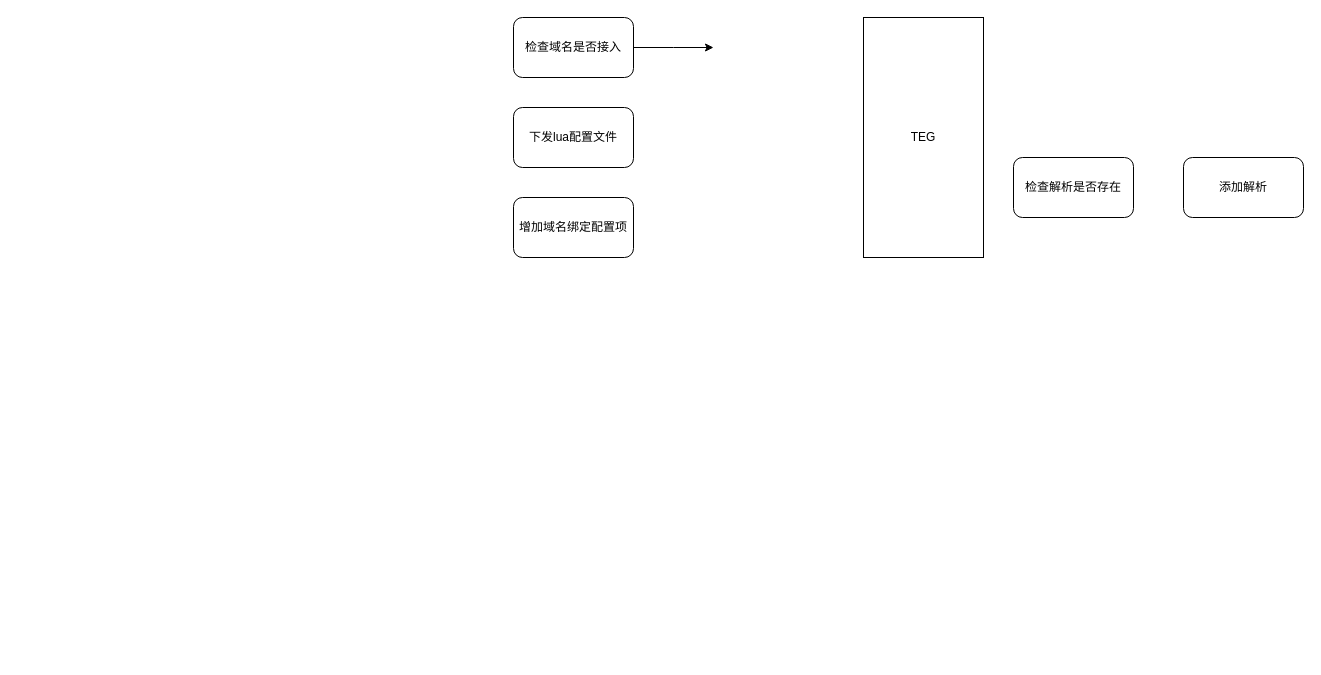
The draw.io diagram page "Page-9" (9 of 9) of tcb.drawio in wwCrazy/resume, before the edit. Source tidied: cells renumbered, new cells numbered last; positions are measured from the earlier drawing's top-left corner, leaving out a move shared by most shapes. Both pictures are drawn from the tidied source at 100%, with x=0, y=0 at pixel (513, 17). Pictures stored in the file or linked from it are replaced by grey dashed boxes.
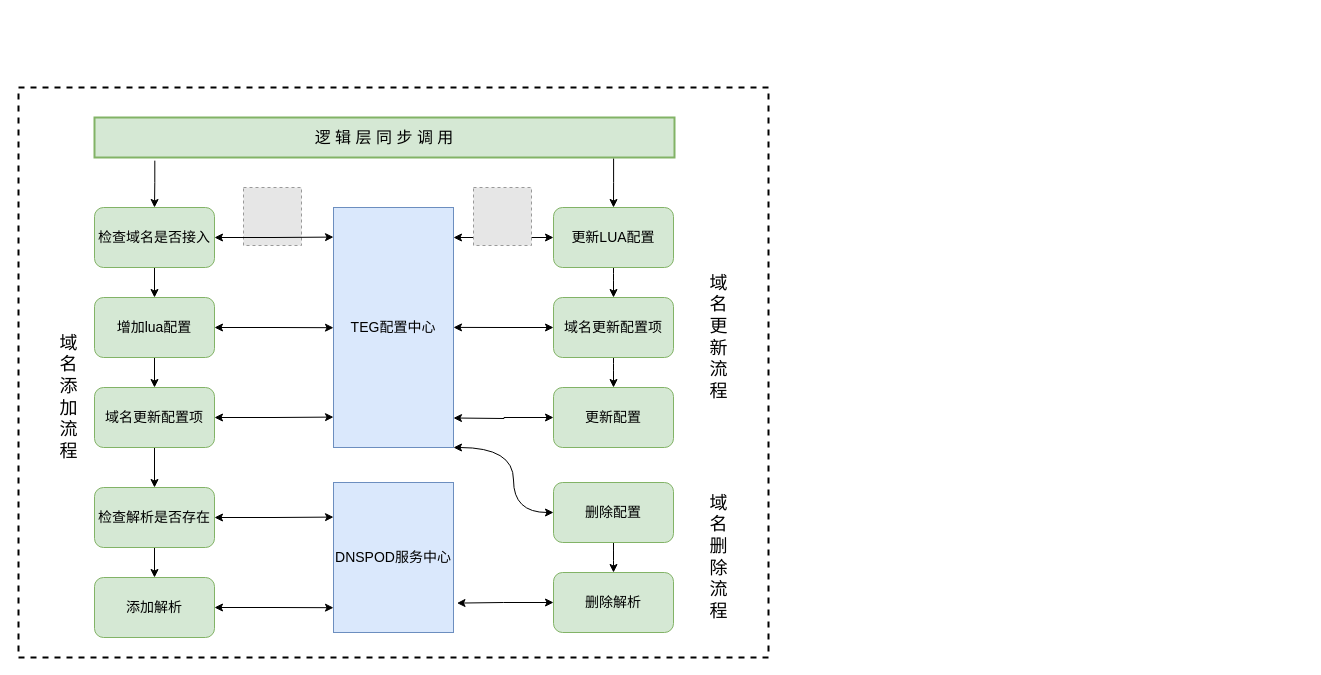
The same diagram, later.

Diff of the diagram source:
```diff
@@
+    <mxCell id="9" style="rounded=0;whiteSpace=wrap;html=1;dashed=1;strokeWidth=2;fontSize=16;" parent="1" vertex="1">
+      <mxGeometry x="-495" y="70" width="750" height="570" as="geometry" />
+    </mxCell>
+    <mxCell id="10" style="fillColor=#E6E6E6;strokeColor=#999999;dashed=1;html=1;verticalAlign=top;verticalLabelPosition=bottom;labelBackgroundColor=#ffffff;" parent="1" vertex="1">
+      <mxGeometry x="-270" y="170" width="58" height="58" as="geometry" />
+    </mxCell>
+    <mxCell id="11" style="edgeStyle=orthogonalEdgeStyle;rounded=0;jettySize=auto;html=1;exitX=0.5;exitY=1;exitDx=0;exitDy=0;entryX=0.5;entryY=0;entryDx=0;entryDy=0;" parent="1" edge="1" source="2" target="7">
+      <mxGeometry relative="1" as="geometry" />
+    </mxCell>
+    <mxCell id="12" style="edgeStyle=orthogonalEdgeStyle;rounded=0;jettySize=auto;html=1;exitX=1;exitY=0.5;exitDx=0;exitDy=0;startArrow=classic;startFill=1;fontSize=16;" parent="1" edge="1" source="2">
+      <mxGeometry relative="1" as="geometry">
+        <mxPoint x="-180" y="499.6" as="targetPoint" />
+      </mxGeometry>
+    </mxCell>
-    <mxCell id="2" value="检查解析是否存在" style="rounded=1;whiteSpace=wrap;html=1;" parent="1" vertex="1">
-      <mxGeometry x="500" y="140" width="120" height="60" as="geometry" />
+    <mxCell id="2" value="检查解析是否存在" style="rounded=1;whiteSpace=wrap;html=1;fillColor=#d5e8d4;strokeColor=#82b366;fontSize=14;" parent="1" vertex="1">
+      <mxGeometry x="-419" y="470" width="120" height="60" as="geometry" />
     </mxCell>
-    <mxCell id="3" value="增加域名绑定配置项" style="rounded=1;whiteSpace=wrap;html=1;" parent="1" vertex="1">
-      <mxGeometry y="180" width="120" height="60" as="geometry" />
-    </mxCell>
-    <mxCell id="4" value="下发lua配置文件" style="rounded=1;whiteSpace=wrap;html=1;" parent="1" vertex="1">
-      <mxGeometry y="90" width="120" height="60" as="geometry" />
-    </mxCell>
-    <mxCell id="5" style="edgeStyle=orthogonalEdgeStyle;rounded=0;jettySize=auto;html=1;" parent="1" edge="1" source="6">
-      <mxGeometry relative="1" as="geometry">
-        <mxPoint x="200" y="30" as="targetPoint" />
-      </mxGeometry>
-    </mxCell>
+    <mxCell id="13" style="edgeStyle=orthogonalEdgeStyle;rounded=0;jettySize=auto;html=1;exitX=0.5;exitY=1;exitDx=0;exitDy=0;" parent="1" edge="1" source="15" target="2">
+      <mxGeometry relative="1" as="geometry" />
+    </mxCell>
+    <mxCell id="14" style="edgeStyle=orthogonalEdgeStyle;rounded=0;jettySize=auto;html=1;exitX=1;exitY=0.5;exitDx=0;exitDy=0;fontSize=16;startArrow=classic;startFill=1;" parent="1" edge="1" source="15">
+      <mxGeometry relative="1" as="geometry">
+        <mxPoint x="-180" y="399.6" as="targetPoint" />
+      </mxGeometry>
+    </mxCell>
+    <mxCell id="15" value="域名更新配置项" style="rounded=1;whiteSpace=wrap;html=1;fillColor=#d5e8d4;strokeColor=#82b366;fontSize=14;" parent="1" vertex="1">
+      <mxGeometry x="-419" y="370" width="120" height="60" as="geometry" />
+    </mxCell>
+    <mxCell id="16" style="edgeStyle=orthogonalEdgeStyle;rounded=0;jettySize=auto;html=1;exitX=0.5;exitY=1;exitDx=0;exitDy=0;" parent="1" edge="1" source="18" target="15">
+      <mxGeometry relative="1" as="geometry" />
+    </mxCell>
+    <mxCell id="17" style="edgeStyle=orthogonalEdgeStyle;rounded=0;jettySize=auto;html=1;exitX=1;exitY=0.5;exitDx=0;exitDy=0;fontSize=16;startArrow=classic;startFill=1;" parent="1" edge="1" source="18">
+      <mxGeometry relative="1" as="geometry">
+        <mxPoint x="-180" y="310.2" as="targetPoint" />
+      </mxGeometry>
+    </mxCell>
+    <mxCell id="18" value="增加lua配置" style="rounded=1;whiteSpace=wrap;html=1;fillColor=#d5e8d4;strokeColor=#82b366;fontSize=14;" parent="1" vertex="1">
+      <mxGeometry x="-419" y="280" width="120" height="60" as="geometry" />
+    </mxCell>
+    <mxCell id="19" style="edgeStyle=orthogonalEdgeStyle;rounded=0;jettySize=auto;html=1;exitX=0.5;exitY=1;exitDx=0;exitDy=0;" parent="1" edge="1" source="6" target="18">
+      <mxGeometry relative="1" as="geometry" />
+    </mxCell>
+    <mxCell id="20" style="edgeStyle=orthogonalEdgeStyle;rounded=0;jettySize=auto;html=1;exitX=1;exitY=0.5;exitDx=0;exitDy=0;fontSize=16;entryX=1;entryY=0.5;entryDx=0;entryDy=0;startArrow=classic;startFill=1;" parent="1" edge="1" source="6">
+      <mxGeometry relative="1" as="geometry">
+        <mxPoint x="-180" y="219.6" as="targetPoint" />
+      </mxGeometry>
+    </mxCell>
-    <mxCell id="6" value="检查域名是否接入" style="rounded=1;whiteSpace=wrap;html=1;" parent="1" vertex="1">
-      <mxGeometry width="120" height="60" as="geometry" />
+    <mxCell id="6" value="检查域名是否接入" style="rounded=1;whiteSpace=wrap;html=1;fillColor=#d5e8d4;strokeColor=#82b366;fontSize=14;" parent="1" vertex="1">
+      <mxGeometry x="-419" y="190" width="120" height="60" as="geometry" />
     </mxCell>
+    <mxCell id="21" style="edgeStyle=orthogonalEdgeStyle;rounded=0;jettySize=auto;html=1;exitX=1;exitY=0.5;exitDx=0;exitDy=0;startArrow=classic;startFill=1;fontSize=16;" parent="1" edge="1" source="7">
+      <mxGeometry relative="1" as="geometry">
+        <mxPoint x="-180" y="590.2" as="targetPoint" />
+      </mxGeometry>
+    </mxCell>
-    <mxCell id="7" value="添加解析" style="rounded=1;whiteSpace=wrap;html=1;" parent="1" vertex="1">
-      <mxGeometry x="670" y="140" width="120" height="60" as="geometry" />
+    <mxCell id="7" value="添加解析" style="rounded=1;whiteSpace=wrap;html=1;fillColor=#d5e8d4;strokeColor=#82b366;fontSize=14;" parent="1" vertex="1">
+      <mxGeometry x="-419" y="560" width="120" height="60" as="geometry" />
     </mxCell>
-    <mxCell id="8" value="TEG" style="rounded=0;whiteSpace=wrap;html=1;" parent="1" vertex="1">
-      <mxGeometry x="350" width="120" height="240" as="geometry" />
-    </mxCell>
+    <mxCell id="22" value="&lt;font style=&quot;font-size: 14px&quot;&gt;TEG配置中心&lt;/font&gt;" style="rounded=0;whiteSpace=wrap;html=1;fillColor=#dae8fc;strokeColor=#6c8ebf;" parent="1" vertex="1">
+      <mxGeometry x="-180" y="190" width="120" height="240" as="geometry" />
+    </mxCell>
+    <mxCell id="23" value="&lt;font style=&quot;font-size: 14px&quot;&gt;DNSPOD服务中心&lt;/font&gt;" style="rounded=0;whiteSpace=wrap;html=1;fillColor=#dae8fc;strokeColor=#6c8ebf;" parent="1" vertex="1">
+      <mxGeometry x="-180" y="465" width="120" height="150" as="geometry" />
+    </mxCell>
+    <mxCell id="24" value="域&lt;br&gt;名&lt;br&gt;添&lt;br&gt;加&lt;br&gt;流&lt;br&gt;程" style="text;html=1;align=center;verticalAlign=middle;fillColor=none;strokeColor=none;rounded=0;dashed=1;fontSize=18;direction=south;" parent="1" vertex="1">
+      <mxGeometry x="-460" y="310" width="30" height="140" as="geometry" />
+    </mxCell>
+    <mxCell id="25" style="edgeStyle=orthogonalEdgeStyle;rounded=0;jettySize=auto;html=1;exitX=0;exitY=0.5;exitDx=0;exitDy=0;startArrow=classic;startFill=1;fontSize=16;" parent="1" edge="1" source="26">
+      <mxGeometry relative="1" as="geometry">
+        <mxPoint x="-60" y="400.5" as="targetPoint" />
+      </mxGeometry>
+    </mxCell>
+    <mxCell id="26" value="更新配置" style="rounded=1;whiteSpace=wrap;html=1;fillColor=#d5e8d4;strokeColor=#82b366;fontSize=14;" parent="1" vertex="1">
+      <mxGeometry x="40" y="370" width="120" height="60" as="geometry" />
+    </mxCell>
+    <mxCell id="27" style="edgeStyle=orthogonalEdgeStyle;rounded=0;jettySize=auto;html=1;exitX=0;exitY=0.5;exitDx=0;exitDy=0;startArrow=classic;startFill=1;fontSize=16;" parent="1" edge="1" source="29">
+      <mxGeometry relative="1" as="geometry">
+        <mxPoint x="-60" y="309.9" as="targetPoint" />
+      </mxGeometry>
+    </mxCell>
+    <mxCell id="28" style="edgeStyle=orthogonalEdgeStyle;curved=1;rounded=0;jettySize=auto;html=1;exitX=0.5;exitY=1;exitDx=0;exitDy=0;entryX=0.5;entryY=0;entryDx=0;entryDy=0;startArrow=none;startFill=0;fontSize=16;" parent="1" edge="1" source="29" target="26">
+      <mxGeometry relative="1" as="geometry" />
+    </mxCell>
+    <mxCell id="29" value="域名更新配置项" style="rounded=1;whiteSpace=wrap;html=1;fillColor=#d5e8d4;strokeColor=#82b366;fontSize=14;" parent="1" vertex="1">
+      <mxGeometry x="40" y="280" width="120" height="60" as="geometry" />
+    </mxCell>
+    <mxCell id="30" style="edgeStyle=orthogonalEdgeStyle;rounded=0;jettySize=auto;html=1;startArrow=classic;startFill=1;fontSize=16;" parent="1" edge="1" source="32">
+      <mxGeometry relative="1" as="geometry">
+        <mxPoint x="-60" y="220" as="targetPoint" />
+      </mxGeometry>
+    </mxCell>
+    <mxCell id="31" style="edgeStyle=orthogonalEdgeStyle;curved=1;rounded=0;jettySize=auto;html=1;exitX=0.5;exitY=1;exitDx=0;exitDy=0;entryX=0.5;entryY=0;entryDx=0;entryDy=0;startArrow=none;startFill=0;fontSize=16;" parent="1" edge="1" source="32" target="29">
+      <mxGeometry relative="1" as="geometry" />
+    </mxCell>
+    <mxCell id="32" value="更新LUA配置" style="rounded=1;whiteSpace=wrap;html=1;fillColor=#d5e8d4;strokeColor=#82b366;fontSize=14;" parent="1" vertex="1">
+      <mxGeometry x="40" y="190" width="120" height="60" as="geometry" />
+    </mxCell>
+    <mxCell id="33" value="域&lt;br&gt;名&lt;br&gt;更&lt;br&gt;新&lt;br&gt;流&lt;br&gt;程" style="text;html=1;align=center;verticalAlign=middle;fillColor=none;strokeColor=none;rounded=0;dashed=1;fontSize=18;direction=south;" parent="1" vertex="1">
+      <mxGeometry x="190" y="250" width="30" height="140" as="geometry" />
+    </mxCell>
+    <mxCell id="34" style="edgeStyle=orthogonalEdgeStyle;rounded=0;jettySize=auto;html=1;exitX=0;exitY=0.5;exitDx=0;exitDy=0;entryX=1;entryY=1;entryDx=0;entryDy=0;startArrow=classic;startFill=1;fontSize=16;curved=1;" parent="1" edge="1" source="36" target="22">
+      <mxGeometry relative="1" as="geometry">
+        <Array as="points">
+          <mxPoint y="495" />
+          <mxPoint y="430" />
+        </Array>
+      </mxGeometry>
+    </mxCell>
+    <mxCell id="35" style="edgeStyle=orthogonalEdgeStyle;curved=1;rounded=0;jettySize=auto;html=1;exitX=0.5;exitY=1;exitDx=0;exitDy=0;startArrow=none;startFill=0;fontSize=16;" parent="1" edge="1" source="36" target="38">
+      <mxGeometry relative="1" as="geometry" />
+    </mxCell>
+    <mxCell id="36" value="删除配置" style="rounded=1;whiteSpace=wrap;html=1;fillColor=#d5e8d4;strokeColor=#82b366;fontSize=14;" parent="1" vertex="1">
+      <mxGeometry x="40" y="465" width="120" height="60" as="geometry" />
+    </mxCell>
+    <mxCell id="37" style="edgeStyle=orthogonalEdgeStyle;rounded=0;jettySize=auto;html=1;exitX=0;exitY=0.5;exitDx=0;exitDy=0;entryX=1.029;entryY=0.804;entryDx=0;entryDy=0;entryPerimeter=0;startArrow=classic;startFill=1;fontSize=16;" parent="1" edge="1" source="38" target="23">
+      <mxGeometry relative="1" as="geometry" />
+    </mxCell>
+    <mxCell id="38" value="删除解析" style="rounded=1;whiteSpace=wrap;html=1;fillColor=#d5e8d4;strokeColor=#82b366;fontSize=14;" parent="1" vertex="1">
+      <mxGeometry x="40" y="555" width="120" height="60" as="geometry" />
+    </mxCell>
+    <mxCell id="39" value="域&lt;br&gt;名&lt;br&gt;删&lt;br&gt;除&lt;br&gt;流&lt;br&gt;程" style="text;html=1;align=center;verticalAlign=middle;fillColor=none;strokeColor=none;rounded=0;dashed=1;fontSize=18;direction=south;" parent="1" vertex="1">
+      <mxGeometry x="190" y="470" width="30" height="140" as="geometry" />
+    </mxCell>
+    <mxCell id="40" style="fillColor=#E6E6E6;strokeColor=#999999;dashed=1;html=1;verticalAlign=top;verticalLabelPosition=bottom;labelBackgroundColor=#ffffff;" parent="1" vertex="1">
+      <mxGeometry x="-40" y="170" width="58" height="58" as="geometry" />
+    </mxCell>
+    <mxCell id="41" style="edgeStyle=orthogonalEdgeStyle;rounded=0;jettySize=auto;html=1;exitX=0.104;exitY=1.079;exitDx=0;exitDy=0;entryX=0.5;entryY=0;entryDx=0;entryDy=0;startArrow=none;startFill=0;fontSize=16;exitPerimeter=0;" parent="1" edge="1" source="43" target="6">
+      <mxGeometry relative="1" as="geometry" />
+    </mxCell>
+    <mxCell id="42" style="edgeStyle=orthogonalEdgeStyle;rounded=0;jettySize=auto;html=1;exitX=0.895;exitY=1.021;exitDx=0;exitDy=0;entryX=0.5;entryY=0;entryDx=0;entryDy=0;startArrow=none;startFill=0;fontSize=16;exitPerimeter=0;" parent="1" edge="1" source="43" target="32">
+      <mxGeometry relative="1" as="geometry" />
+    </mxCell>
+    <mxCell id="43" value="逻 辑 层 同 步 调 用" style="rounded=0;whiteSpace=wrap;html=1;strokeWidth=2;fontSize=16;fillColor=#d5e8d4;strokeColor=#82b366;" parent="1" vertex="1">
+      <mxGeometry x="-419" y="100" width="580" height="40" as="geometry" />
+    </mxCell>
```
